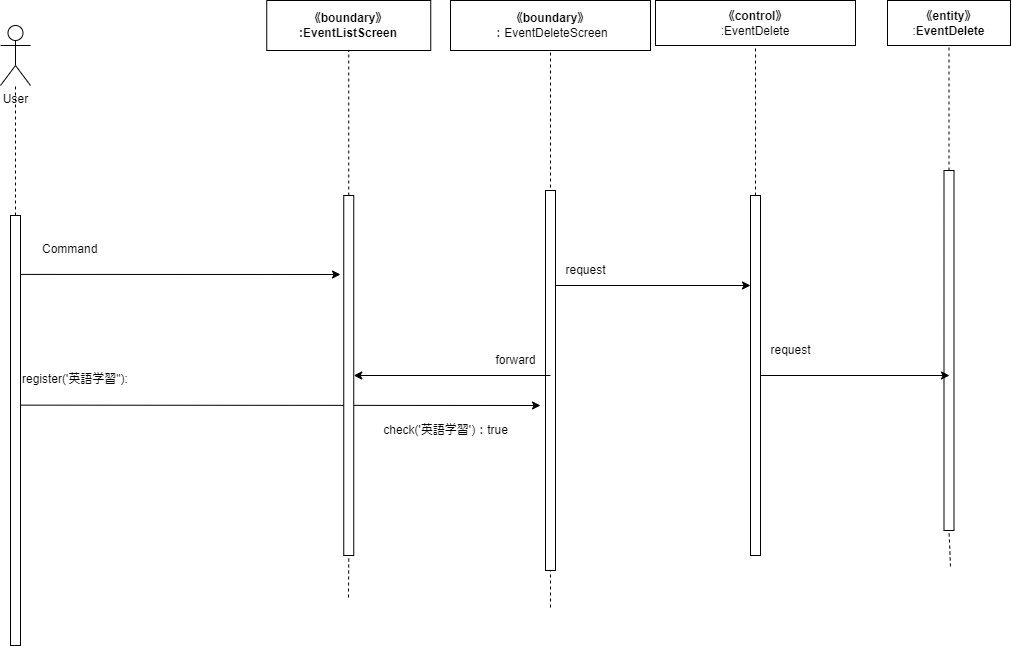
This is Design/Sequence-11.drawio.png from Hu-Hanxu/First-App-Self-Management-, a draw.io export, as it was before one commit. Source tidied: cells renumbered, new cells last; positions are measured from the earlier drawing's top-left corner, leaving out a move shared by most shapes. Its diagram source:
```xml
<mxGraphModel>
  <root>
    <mxCell id="0" />
    <mxCell id="1" parent="0" />
    <mxCell id="2" value="User" style="shape=umlActor;verticalLabelPosition=bottom;verticalAlign=top;html=1;outlineConnect=0;" parent="1" vertex="1">
      <mxGeometry y="25" width="30" height="60" as="geometry" />
    </mxCell>
    <mxCell id="3" style="endArrow=none;dashed=1;html=1;exitX=0.5;exitY=0;exitDx=0;exitDy=0;" parent="1" edge="1" target="2">
      <mxGeometry relative="1" as="geometry">
        <mxPoint x="15" y="215" as="sourcePoint" />
      </mxGeometry>
    </mxCell>
    <mxCell id="4" value="&lt;span style=&quot;font-weight: 700;&quot;&gt;《boundary》&lt;/span&gt;&lt;br style=&quot;font-weight: 700;&quot;&gt;&lt;span style=&quot;font-weight: 700;&quot;&gt;:EventList&lt;/span&gt;&lt;b&gt;Screen&lt;/b&gt;" style="rounded=0;whiteSpace=wrap;html=1;" parent="1" vertex="1">
      <mxGeometry x="266.2" width="164" height="50" as="geometry" />
    </mxCell>
    <mxCell id="5" value="&lt;span style=&quot;font-weight: 700;&quot;&gt;《boundary》&lt;/span&gt;&lt;br&gt;：EventDeleteScreen" style="rounded=0;whiteSpace=wrap;html=1;" parent="1" vertex="1">
      <mxGeometry x="450" width="200" height="50" as="geometry" />
    </mxCell>
    <mxCell id="6" value="&lt;span style=&quot;font-weight: 700;&quot;&gt;《control》&lt;br&gt;&lt;/span&gt;:EventDelete" style="rounded=0;whiteSpace=wrap;html=1;" parent="1" vertex="1">
      <mxGeometry x="655" width="200" height="45" as="geometry" />
    </mxCell>
    <mxCell id="7" style="endArrow=classic;html=1;exitX=0.162;exitY=0.441;exitDx=0;exitDy=0;exitPerimeter=0;" parent="1" edge="1" source="8">
      <mxGeometry relative="1" as="geometry">
        <mxPoint x="540" y="405" as="targetPoint" />
      </mxGeometry>
    </mxCell>
    <mxCell id="8" style="rounded=0;whiteSpace=wrap;html=1;" parent="1" vertex="1">
      <mxGeometry x="10" y="215" width="10" height="430" as="geometry" />
    </mxCell>
    <mxCell id="9" style="endArrow=none;dashed=1;html=1;entryX=0.5;entryY=1;entryDx=0;entryDy=0;startArrow=none;" parent="1" edge="1" source="11" target="4">
      <mxGeometry relative="1" as="geometry" />
    </mxCell>
    <mxCell id="10" style="endArrow=none;dashed=1;html=1;entryX=0.5;entryY=1;entryDx=0;entryDy=0;" parent="1" edge="1" target="11">
      <mxGeometry relative="1" as="geometry">
        <mxPoint x="348" y="597" as="sourcePoint" />
      </mxGeometry>
    </mxCell>
    <mxCell id="11" style="rounded=0;whiteSpace=wrap;html=1;" parent="1" vertex="1">
      <mxGeometry x="343.2" y="195" width="10" height="360" as="geometry" />
    </mxCell>
    <mxCell id="12" style="endArrow=none;dashed=1;html=1;entryX=0.5;entryY=1;entryDx=0;entryDy=0;" parent="1" edge="1" target="5">
      <mxGeometry relative="1" as="geometry">
        <mxPoint x="550" y="607" as="sourcePoint" />
      </mxGeometry>
    </mxCell>
    <mxCell id="13" style="rounded=0;whiteSpace=wrap;html=1;" parent="1" vertex="1">
      <mxGeometry x="545" y="190" width="10" height="380" as="geometry" />
    </mxCell>
    <mxCell id="14" style="endArrow=none;dashed=1;html=1;entryX=0.5;entryY=1;entryDx=0;entryDy=0;startArrow=none;" parent="1" edge="1" source="15" target="6">
      <mxGeometry relative="1" as="geometry" />
    </mxCell>
    <mxCell id="15" style="rounded=0;whiteSpace=wrap;html=1;" parent="1" vertex="1">
      <mxGeometry x="750" y="195" width="10" height="360" as="geometry" />
    </mxCell>
    <mxCell id="16" value="&lt;span style=&quot;font-weight: 700;&quot;&gt;《entity》&lt;/span&gt;&lt;br&gt;:&lt;b&gt;EventDelete&lt;/b&gt;" style="rounded=0;whiteSpace=wrap;html=1;" parent="1" vertex="1">
      <mxGeometry x="887" width="123" height="45" as="geometry" />
    </mxCell>
    <mxCell id="17" style="endArrow=none;dashed=1;html=1;entryX=0.5;entryY=1;entryDx=0;entryDy=0;startArrow=none;" parent="1" edge="1" source="19" target="16">
      <mxGeometry relative="1" as="geometry" />
    </mxCell>
    <mxCell id="18" style="endArrow=none;dashed=1;html=1;entryX=0.5;entryY=1;entryDx=0;entryDy=0;" parent="1" edge="1" target="19">
      <mxGeometry relative="1" as="geometry">
        <mxPoint x="950" y="566" as="sourcePoint" />
      </mxGeometry>
    </mxCell>
    <mxCell id="19" style="rounded=0;whiteSpace=wrap;html=1;" parent="1" vertex="1">
      <mxGeometry x="943.5" y="170" width="10" height="360" as="geometry" />
    </mxCell>
    <mxCell id="20" value="register('英語学習&quot;):" style="text;whiteSpace=wrap;html=1;" parent="1" vertex="1">
      <mxGeometry x="20" y="365" width="280" height="40" as="geometry" />
    </mxCell>
    <mxCell id="21" value="Command" style="text;whiteSpace=wrap;html=1;" parent="1" vertex="1">
      <mxGeometry x="40" y="235" width="90" height="40" as="geometry" />
    </mxCell>
    <mxCell id="22" style="endArrow=classic;html=1;exitX=1.055;exitY=0.137;exitDx=0;exitDy=0;exitPerimeter=0;" parent="1" edge="1" source="8">
      <mxGeometry relative="1" as="geometry">
        <mxPoint x="340" y="274" as="targetPoint" />
      </mxGeometry>
    </mxCell>
    <mxCell id="23" style="endArrow=classic;html=1;exitX=1;exitY=0.25;exitDx=0;exitDy=0;entryX=0;entryY=0.25;entryDx=0;entryDy=0;" parent="1" edge="1" source="13" target="15">
      <mxGeometry relative="1" as="geometry" />
    </mxCell>
    <mxCell id="24" value="request" style="text;html=1;align=center;verticalAlign=middle;strokeColor=none;fillColor=none;" parent="1" vertex="1">
      <mxGeometry x="555" y="255" width="60" height="30" as="geometry" />
    </mxCell>
    <mxCell id="25" style="endArrow=classic;html=1;" parent="1" edge="1" target="11">
      <mxGeometry relative="1" as="geometry">
        <mxPoint x="550" y="375" as="sourcePoint" />
      </mxGeometry>
    </mxCell>
    <mxCell id="26" value="forward" style="text;html=1;align=center;verticalAlign=middle;strokeColor=none;fillColor=none;" parent="1" vertex="1">
      <mxGeometry x="485" y="345" width="60" height="30" as="geometry" />
    </mxCell>
    <mxCell id="27" style="endArrow=classic;html=1;exitX=1;exitY=0.5;exitDx=0;exitDy=0;" parent="1" edge="1" source="15">
      <mxGeometry relative="1" as="geometry">
        <mxPoint x="949" y="375" as="targetPoint" />
      </mxGeometry>
    </mxCell>
    <mxCell id="28" value="request" style="text;html=1;align=center;verticalAlign=middle;strokeColor=none;fillColor=none;" parent="1" vertex="1">
      <mxGeometry x="760" y="335" width="60" height="30" as="geometry" />
    </mxCell>
    <mxCell id="29" value="check('英語学習')：true" style="text;html=1;align=center;verticalAlign=middle;strokeColor=none;fillColor=none;" parent="1" vertex="1">
      <mxGeometry x="370" y="415" width="150" height="30" as="geometry" />
    </mxCell>
  </root>
</mxGraphModel>
```
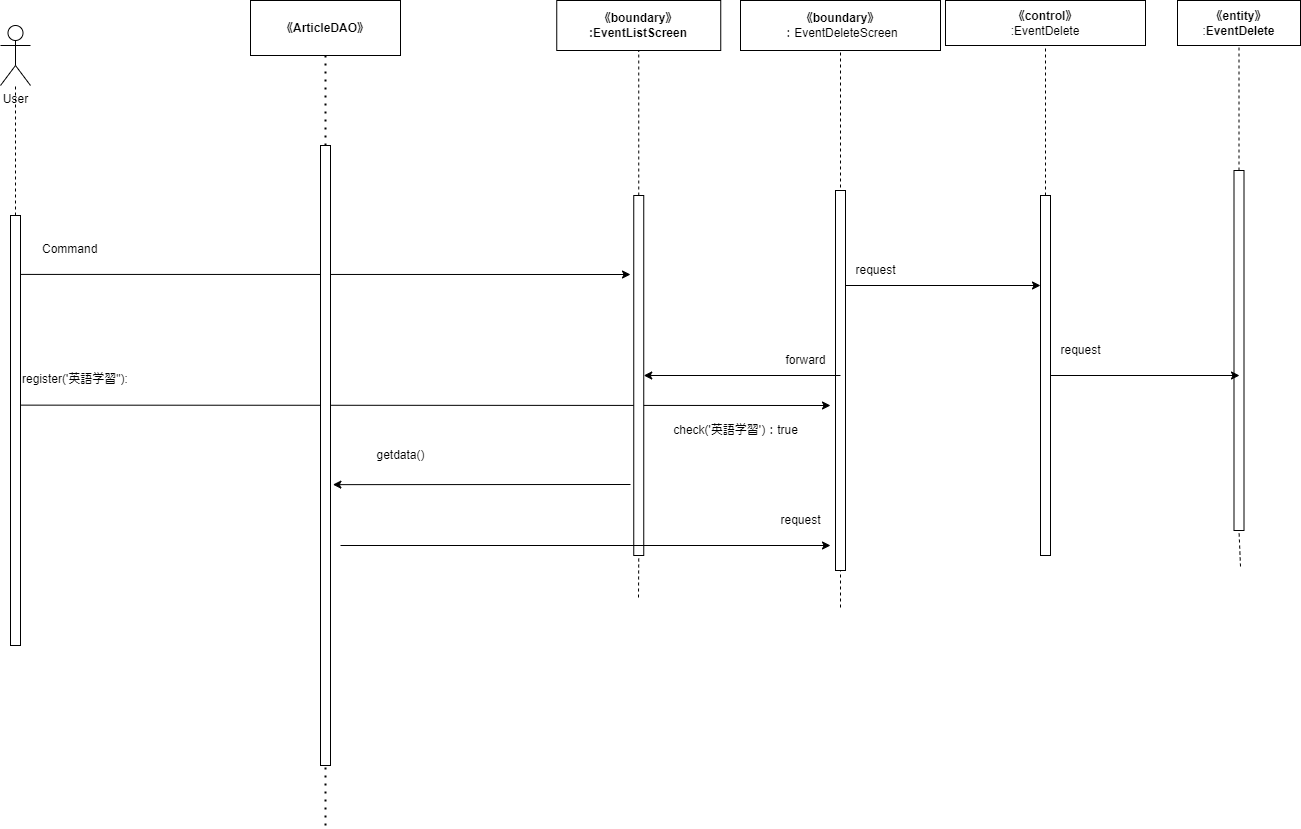
The same diagram one commit later.

Change to the diagram source:
```diff
@@ -3,11 +3,11 @@
     <mxCell id="0" />
     <mxCell id="1" parent="0" />
     <mxCell id="2" value="User" style="shape=umlActor;verticalLabelPosition=bottom;verticalAlign=top;html=1;outlineConnect=0;" parent="1" vertex="1">
-      <mxGeometry y="25" width="30" height="60" as="geometry" />
+      <mxGeometry x="-290" y="25" width="30" height="60" as="geometry" />
     </mxCell>
     <mxCell id="3" style="endArrow=none;dashed=1;html=1;exitX=0.5;exitY=0;exitDx=0;exitDy=0;" parent="1" edge="1" target="2">
       <mxGeometry relative="1" as="geometry">
-        <mxPoint x="15" y="215" as="sourcePoint" />
+        <mxPoint x="-275" y="215" as="sourcePoint" />
       </mxGeometry>
     </mxCell>
     <mxCell id="4" value="&lt;span style=&quot;font-weight: 700;&quot;&gt;《boundary》&lt;/span&gt;&lt;br style=&quot;font-weight: 700;&quot;&gt;&lt;span style=&quot;font-weight: 700;&quot;&gt;:EventList&lt;/span&gt;&lt;b&gt;Screen&lt;/b&gt;" style="rounded=0;whiteSpace=wrap;html=1;" parent="1" vertex="1">
@@ -25,7 +25,7 @@
       </mxGeometry>
     </mxCell>
     <mxCell id="8" style="rounded=0;whiteSpace=wrap;html=1;" parent="1" vertex="1">
-      <mxGeometry x="10" y="215" width="10" height="430" as="geometry" />
+      <mxGeometry x="-280" y="215" width="10" height="430" as="geometry" />
     </mxCell>
     <mxCell id="9" style="endArrow=none;dashed=1;html=1;entryX=0.5;entryY=1;entryDx=0;entryDy=0;startArrow=none;" parent="1" edge="1" source="11" target="4">
       <mxGeometry relative="1" as="geometry" />
@@ -67,10 +67,10 @@
       <mxGeometry x="943.5" y="170" width="10" height="360" as="geometry" />
     </mxCell>
     <mxCell id="20" value="register('英語学習&quot;):" style="text;whiteSpace=wrap;html=1;" parent="1" vertex="1">
-      <mxGeometry x="20" y="365" width="280" height="40" as="geometry" />
+      <mxGeometry x="-270" y="365" width="280" height="40" as="geometry" />
     </mxCell>
     <mxCell id="21" value="Command" style="text;whiteSpace=wrap;html=1;" parent="1" vertex="1">
-      <mxGeometry x="40" y="235" width="90" height="40" as="geometry" />
+      <mxGeometry x="-250" y="235" width="90" height="40" as="geometry" />
     </mxCell>
     <mxCell id="22" style="endArrow=classic;html=1;exitX=1.055;exitY=0.137;exitDx=0;exitDy=0;exitPerimeter=0;" parent="1" edge="1" source="8">
       <mxGeometry relative="1" as="geometry">
@@ -102,5 +102,36 @@
     <mxCell id="29" value="check('英語学習')：true" style="text;html=1;align=center;verticalAlign=middle;strokeColor=none;fillColor=none;" parent="1" vertex="1">
       <mxGeometry x="370" y="415" width="150" height="30" as="geometry" />
     </mxCell>
+    <mxCell id="30" value="&lt;span style=&quot;font-weight: 700;&quot;&gt;《&lt;/span&gt;&lt;span style=&quot;font-weight: 700;&quot;&gt;ArticleDAO&lt;/span&gt;&lt;span style=&quot;font-weight: 700;&quot;&gt;》&lt;/span&gt;" style="rounded=0;whiteSpace=wrap;html=1;" parent="1" vertex="1">
+      <mxGeometry x="-40" width="150" height="55" as="geometry" />
+    </mxCell>
+    <mxCell id="31" style="endArrow=none;dashed=1;html=1;dashPattern=1 3;strokeWidth=2;entryX=0.5;entryY=1;entryDx=0;entryDy=0;startArrow=none;" parent="1" edge="1" source="33" target="30">
+      <mxGeometry relative="1" as="geometry" />
+    </mxCell>
+    <mxCell id="32" style="endArrow=none;dashed=1;html=1;dashPattern=1 3;strokeWidth=2;entryX=0.5;entryY=1;entryDx=0;entryDy=0;" parent="1" edge="1" target="33">
+      <mxGeometry relative="1" as="geometry">
+        <mxPoint x="35" y="825" as="sourcePoint" />
+      </mxGeometry>
+    </mxCell>
+    <mxCell id="33" style="rounded=0;whiteSpace=wrap;html=1;" parent="1" vertex="1">
+      <mxGeometry x="30" y="145" width="10" height="620" as="geometry" />
+    </mxCell>
+    <mxCell id="34" value="getdata()" style="text;html=1;align=center;verticalAlign=middle;strokeColor=none;fillColor=none;" parent="1" vertex="1">
+      <mxGeometry x="75" y="440" width="70" height="30" as="geometry" />
+    </mxCell>
+    <mxCell id="35" style="endArrow=classic;html=1;entryX=1.238;entryY=0.547;entryDx=0;entryDy=0;entryPerimeter=0;" parent="1" edge="1" target="33">
+      <mxGeometry relative="1" as="geometry">
+        <mxPoint x="340" y="484" as="sourcePoint" />
+      </mxGeometry>
+    </mxCell>
+    <mxCell id="36" style="endArrow=classic;html=1;" parent="1" edge="1">
+      <mxGeometry relative="1" as="geometry">
+        <mxPoint x="50" y="545" as="sourcePoint" />
+        <mxPoint x="540" y="545" as="targetPoint" />
+      </mxGeometry>
+    </mxCell>
+    <mxCell id="37" value="request" style="text;html=1;align=center;verticalAlign=middle;strokeColor=none;fillColor=none;" parent="1" vertex="1">
+      <mxGeometry x="480" y="505" width="60" height="30" as="geometry" />
+    </mxCell>
   </root>
 </mxGraphModel>
```
